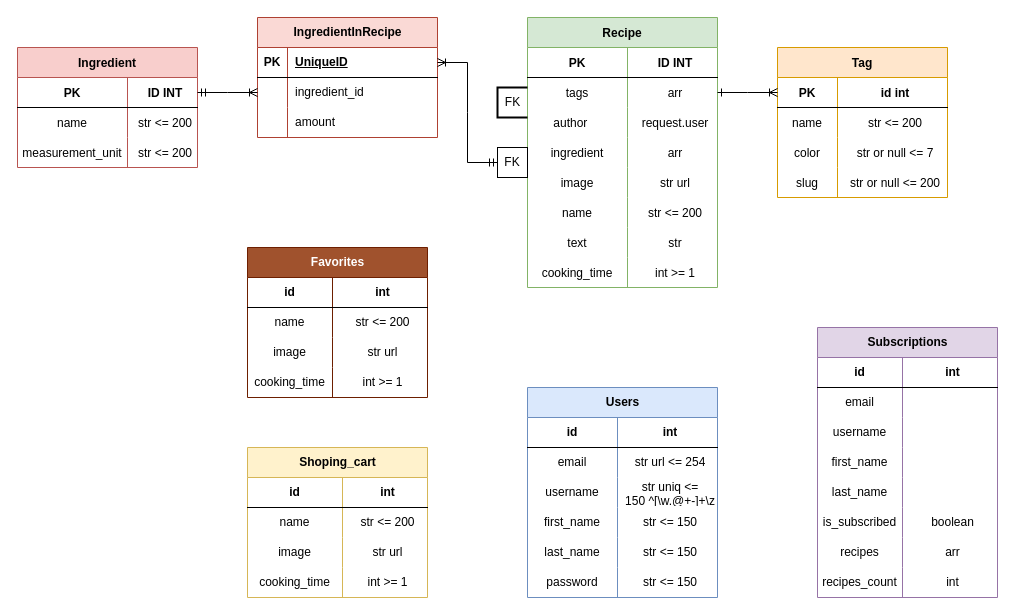
Denriandro/foodgram-project-react keeps this draw.io diagram as backend/Диаграмма без названия.drawio. Above is the earlier version. Source tidied: cells renumbered, new cells numbered last; positions are measured from the earlier drawing's top-left corner, leaving out a move shared by most shapes. Both pictures are drawn from the tidied source at 100%, with x=0, y=0 at pixel (17, 17).
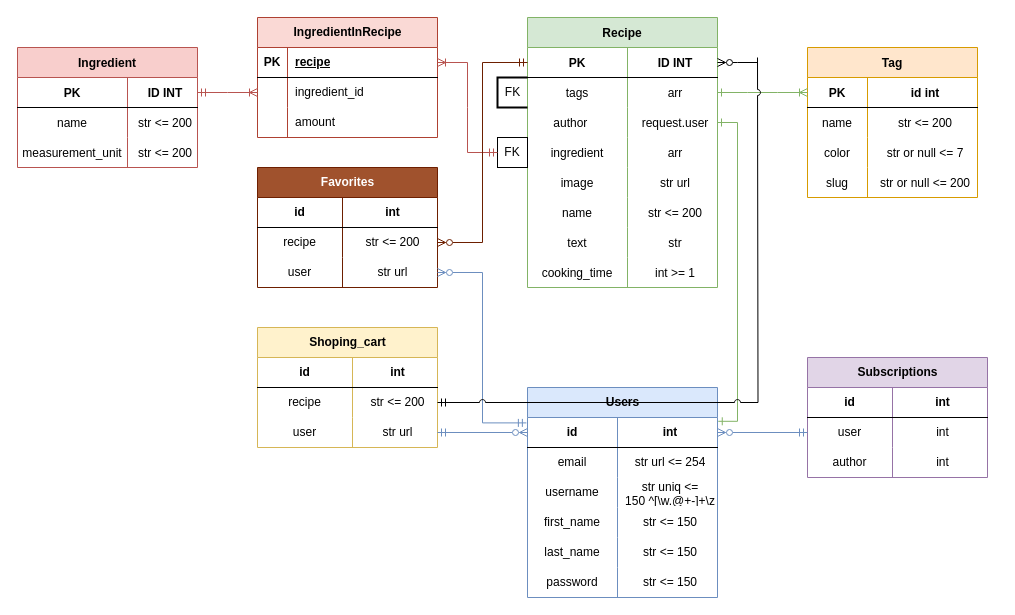
The same diagram, later.

The change refers to these unchanged cells:
```xml
<mxCell id="3" style="shape=partialRectangle;fillColor=none;points=[[0,0.5],[1,0.5]];portConstraint=eastwest;top=0;left=0;right=0;bottom=1;" parent="2" vertex="1">
  <mxGeometry y="30" width="180" height="30" as="geometry" />
</mxCell>
<mxCell id="13" style="shape=partialRectangle;fillColor=none;points=[[0,0.5],[1,0.5]];portConstraint=eastwest;top=0;left=0;right=0;bottom=1;" parent="12" vertex="1">
  <mxGeometry y="30" width="170" height="30" as="geometry" />
</mxCell>
<mxCell id="29" style="shape=tableRow;horizontal=0;startSize=0;swimlaneHead=0;swimlaneBody=0;fillColor=none;points=[[0,0.5],[1,0.5]];portConstraint=eastwest;top=0;left=0;right=0;bottom=0;" parent="25" vertex="1">
  <mxGeometry y="60" width="180" height="30" as="geometry" />
</mxCell>
<mxCell id="32" style="shape=tableRow;horizontal=0;startSize=0;swimlaneHead=0;swimlaneBody=0;fillColor=none;points=[[0,0.5],[1,0.5]];portConstraint=eastwest;top=0;left=0;right=0;bottom=0;" parent="25" vertex="1">
  <mxGeometry y="90" width="180" height="30" as="geometry" />
</mxCell>
<mxCell id="42" style="shape=tableRow;horizontal=0;startSize=0;swimlaneHead=0;swimlaneBody=0;fillColor=none;points=[[0,0.5],[1,0.5]];portConstraint=eastwest;top=0;left=0;right=0;bottom=0;" parent="38" vertex="1">
  <mxGeometry y="60" width="180" height="30" as="geometry" />
</mxCell>
<mxCell id="45" style="shape=tableRow;horizontal=0;startSize=0;swimlaneHead=0;swimlaneBody=0;fillColor=none;points=[[0,0.5],[1,0.5]];portConstraint=eastwest;top=0;left=0;right=0;bottom=0;" parent="38" vertex="1">
  <mxGeometry y="90" width="180" height="30" as="geometry" />
</mxCell>
<mxCell id="77" style="shape=tableRow;horizontal=0;startSize=0;swimlaneHead=0;swimlaneBody=0;fillColor=none;points=[[0,0.5],[1,0.5]];portConstraint=eastwest;top=0;left=0;right=0;bottom=1;" parent="76" vertex="1">
  <mxGeometry y="30" width="190" height="30" as="geometry" />
</mxCell>
<mxCell id="96" style="shape=partialRectangle;fillColor=none;points=[[0,0.5],[1,0.5]];portConstraint=eastwest;top=0;left=0;right=0;bottom=1;" parent="95" vertex="1">
  <mxGeometry y="30" width="190" height="30" as="geometry" />
</mxCell>
<mxCell id="99" style="shape=partialRectangle;fillColor=none;points=[[0,0.5],[1,0.5]];portConstraint=eastwest;top=0;left=0;right=0;bottom=0;" parent="95" vertex="1">
  <mxGeometry y="60" width="190" height="30" as="geometry" />
</mxCell>
<mxCell id="102" style="shape=partialRectangle;fillColor=none;points=[[0,0.5],[1,0.5]];portConstraint=eastwest;top=0;left=0;right=0;bottom=0;align=center;" parent="95" vertex="1">
  <mxGeometry y="90" width="190" height="30" as="geometry" />
</mxCell>
<mxCell id="124" style="shape=tableRow;horizontal=0;startSize=0;swimlaneHead=0;swimlaneBody=0;fillColor=none;points=[[0,0.5],[1,0.5]];portConstraint=eastwest;top=0;left=0;right=0;bottom=1;" parent="123" vertex="1">
  <mxGeometry y="30" width="180" height="30" as="geometry" />
</mxCell>
<mxCell id="127" style="shape=tableRow;horizontal=0;startSize=0;swimlaneHead=0;swimlaneBody=0;fillColor=none;points=[[0,0.5],[1,0.5]];portConstraint=eastwest;top=0;left=0;right=0;bottom=0;" parent="123" vertex="1">
  <mxGeometry y="60" width="180" height="30" as="geometry" />
</mxCell>
```

Diff of the diagram source:
```diff
@@
     <mxCell id="12" value="Tag" style="shape=table;startSize=30;childLayout=tableLayout;rowLines=0;fontStyle=1;align=center;fillColor=#ffe6cc;strokeColor=#d79b00;" parent="1" vertex="1">
-      <mxGeometry x="760" y="30" width="170" height="150" as="geometry" />
+      <mxGeometry x="790" y="30" width="170" height="150" as="geometry" />
     </mxCell>
@@
     <mxCell id="25" value="Shoping_cart" style="shape=table;startSize=30;childLayout=tableLayout;rowLines=0;fontStyle=1;align=center;html=1;fillColor=#fff2cc;strokeColor=#d6b656;" parent="1" vertex="1">
-      <mxGeometry x="230" y="430" width="180" height="150" as="geometry" />
+      <mxGeometry x="240" y="310" width="180" height="120" as="geometry" />
     </mxCell>
@@
-    <mxCell id="30" value="name" style="shape=partialRectangle;fillColor=none;top=0;left=0;bottom=0;right=0;overflow=hidden;whiteSpace=wrap;html=1;" parent="29" vertex="1">
+    <mxCell id="30" value="recipe" style="shape=partialRectangle;fillColor=none;top=0;left=0;bottom=0;right=0;overflow=hidden;whiteSpace=wrap;html=1;" parent="29" vertex="1">
       <mxGeometry width="95" height="30" as="geometry" />
     </mxCell>
@@
-    <mxCell id="33" value="image" style="shape=partialRectangle;fillColor=none;top=0;left=0;bottom=0;right=0;overflow=hidden;whiteSpace=wrap;html=1;" parent="32" vertex="1">
+    <mxCell id="33" value="user" style="shape=partialRectangle;fillColor=none;top=0;left=0;bottom=0;right=0;overflow=hidden;whiteSpace=wrap;html=1;" parent="32" vertex="1">
       <mxGeometry width="95" height="30" as="geometry" />
     </mxCell>
@@
-    <mxCell id="35" style="shape=tableRow;horizontal=0;startSize=0;swimlaneHead=0;swimlaneBody=0;fillColor=none;top=0;left=0;right=0;bottom=0;" parent="25" vertex="1">
-      <mxGeometry y="120" width="180" height="30" as="geometry" />
-    </mxCell>
-    <mxCell id="36" value="cooking_time" style="shape=partialRectangle;fillColor=none;top=0;left=0;bottom=0;right=0;overflow=hidden;whiteSpace=wrap;html=1;" parent="35" vertex="1">
-      <mxGeometry width="95" height="30" as="geometry" />
-    </mxCell>
-    <mxCell id="37" value="int &amp;gt;= 1" style="shape=partialRectangle;fillColor=none;top=0;left=0;bottom=0;right=0;align=center;spacingLeft=6;overflow=hidden;whiteSpace=wrap;html=1;" parent="35" vertex="1">
-      <mxGeometry x="95" width="85" height="30" as="geometry" />
-    </mxCell>
     <mxCell id="38" value="Favorites" style="shape=table;startSize=30;childLayout=tableLayout;rowLines=0;fontStyle=1;align=center;html=1;fillColor=#a0522d;fontColor=#ffffff;strokeColor=#6D1F00;" parent="1" vertex="1">
-      <mxGeometry x="230" y="230" width="180" height="150" as="geometry" />
+      <mxGeometry x="240" y="150" width="180" height="120" as="geometry" />
     </mxCell>
@@
-    <mxCell id="43" value="name" style="shape=partialRectangle;fillColor=none;top=0;left=0;bottom=0;right=0;overflow=hidden;whiteSpace=wrap;html=1;" parent="42" vertex="1">
+    <mxCell id="43" value="recipe" style="shape=partialRectangle;fillColor=none;top=0;left=0;bottom=0;right=0;overflow=hidden;whiteSpace=wrap;html=1;" parent="42" vertex="1">
       <mxGeometry width="85" height="30" as="geometry" />
     </mxCell>
@@
-    <mxCell id="46" value="image" style="shape=partialRectangle;fillColor=none;top=0;left=0;bottom=0;right=0;overflow=hidden;whiteSpace=wrap;html=1;" parent="45" vertex="1">
+    <mxCell id="46" value="user" style="shape=partialRectangle;fillColor=none;top=0;left=0;bottom=0;right=0;overflow=hidden;whiteSpace=wrap;html=1;" parent="45" vertex="1">
       <mxGeometry width="85" height="30" as="geometry" />
     </mxCell>
@@
-    <mxCell id="48" style="shape=tableRow;horizontal=0;startSize=0;swimlaneHead=0;swimlaneBody=0;fillColor=none;top=0;left=0;right=0;bottom=0;" parent="38" vertex="1">
-      <mxGeometry y="120" width="180" height="30" as="geometry" />
-    </mxCell>
-    <mxCell id="49" value="cooking_time" style="shape=partialRectangle;fillColor=none;top=0;left=0;bottom=0;right=0;overflow=hidden;whiteSpace=wrap;html=1;" parent="48" vertex="1">
-      <mxGeometry width="85" height="30" as="geometry" />
-    </mxCell>
-    <mxCell id="50" value="int &amp;gt;= 1" style="shape=partialRectangle;fillColor=none;top=0;left=0;bottom=0;right=0;align=center;spacingLeft=6;overflow=hidden;whiteSpace=wrap;html=1;" parent="48" vertex="1">
-      <mxGeometry x="85" width="95" height="30" as="geometry" />
-    </mxCell>
     <mxCell id="51" value="Subscriptions" style="shape=table;startSize=30;childLayout=tableLayout;rowLines=0;fontStyle=1;align=center;html=1;fillColor=#e1d5e7;strokeColor=#9673a6;" parent="1" vertex="1">
-      <mxGeometry x="800" y="310" width="180" height="270" as="geometry" />
+      <mxGeometry x="790" y="340" width="180" height="120" as="geometry" />
     </mxCell>
@@
-    <mxCell id="55" style="shape=tableRow;horizontal=0;startSize=0;swimlaneHead=0;swimlaneBody=0;fillColor=none;top=0;left=0;right=0;bottom=0;" parent="51" vertex="1">
-      <mxGeometry y="60" width="180" height="30" as="geometry" />
-    </mxCell>
-    <mxCell id="56" value="email" style="shape=partialRectangle;fillColor=none;top=0;left=0;bottom=0;right=0;overflow=hidden;whiteSpace=wrap;html=1;" parent="55" vertex="1">
-      <mxGeometry width="85" height="30" as="geometry" />
-    </mxCell>
-    <mxCell id="57" style="shape=partialRectangle;fillColor=none;top=0;left=0;bottom=0;right=0;align=center;spacingLeft=6;overflow=hidden;whiteSpace=wrap;html=1;" parent="55" vertex="1">
-      <mxGeometry x="85" width="95" height="30" as="geometry" />
-    </mxCell>
     <mxCell id="58" style="shape=tableRow;horizontal=0;startSize=0;swimlaneHead=0;swimlaneBody=0;fillColor=none;points=[[0,0.5],[1,0.5]];portConstraint=eastwest;top=0;left=0;right=0;bottom=0;" parent="51" vertex="1">
-      <mxGeometry y="90" width="180" height="30" as="geometry" />
+      <mxGeometry y="60" width="180" height="30" as="geometry" />
     </mxCell>
-    <mxCell id="59" value="username" style="shape=partialRectangle;fillColor=none;top=0;left=0;bottom=0;right=0;overflow=hidden;whiteSpace=wrap;html=1;" parent="58" vertex="1">
+    <mxCell id="59" value="user" style="shape=partialRectangle;fillColor=none;top=0;left=0;bottom=0;right=0;overflow=hidden;whiteSpace=wrap;html=1;" parent="58" vertex="1">
       <mxGeometry width="85" height="30" as="geometry" />
     </mxCell>
-    <mxCell id="60" style="shape=partialRectangle;fillColor=none;top=0;left=0;bottom=0;right=0;align=center;spacingLeft=6;overflow=hidden;whiteSpace=wrap;html=1;" parent="58" vertex="1">
+    <mxCell id="60" value="int" style="shape=partialRectangle;fillColor=none;top=0;left=0;bottom=0;right=0;align=center;spacingLeft=6;overflow=hidden;whiteSpace=wrap;html=1;" parent="58" vertex="1">
       <mxGeometry x="85" width="95" height="30" as="geometry" />
     </mxCell>
-    <mxCell id="61" style="shape=tableRow;horizontal=0;startSize=0;swimlaneHead=0;swimlaneBody=0;fillColor=none;top=0;left=0;right=0;bottom=0;" parent="51" vertex="1">
-      <mxGeometry y="120" width="180" height="30" as="geometry" />
-    </mxCell>
-    <mxCell id="62" value="first_name" style="shape=partialRectangle;fillColor=none;top=0;left=0;bottom=0;right=0;overflow=hidden;whiteSpace=wrap;html=1;" parent="61" vertex="1">
-      <mxGeometry width="85" height="30" as="geometry" />
-    </mxCell>
-    <mxCell id="63" style="shape=partialRectangle;fillColor=none;top=0;left=0;bottom=0;right=0;align=center;spacingLeft=6;overflow=hidden;whiteSpace=wrap;html=1;" parent="61" vertex="1">
-      <mxGeometry x="85" width="95" height="30" as="geometry" />
-    </mxCell>
-    <mxCell id="64" style="shape=tableRow;horizontal=0;startSize=0;swimlaneHead=0;swimlaneBody=0;fillColor=none;top=0;left=0;right=0;bottom=0;" parent="51" vertex="1">
-      <mxGeometry y="150" width="180" height="30" as="geometry" />
-    </mxCell>
-    <mxCell id="65" value="last_name" style="shape=partialRectangle;fillColor=none;top=0;left=0;bottom=0;right=0;overflow=hidden;whiteSpace=wrap;html=1;" parent="64" vertex="1">
-      <mxGeometry width="85" height="30" as="geometry" />
-    </mxCell>
-    <mxCell id="66" style="shape=partialRectangle;fillColor=none;top=0;left=0;bottom=0;right=0;align=center;spacingLeft=6;overflow=hidden;whiteSpace=wrap;html=1;" parent="64" vertex="1">
-      <mxGeometry x="85" width="95" height="30" as="geometry" />
-    </mxCell>
-    <mxCell id="67" style="shape=tableRow;horizontal=0;startSize=0;swimlaneHead=0;swimlaneBody=0;fillColor=none;top=0;left=0;right=0;bottom=0;" parent="51" vertex="1">
-      <mxGeometry y="180" width="180" height="30" as="geometry" />
-    </mxCell>
-    <mxCell id="68" value="is_subscribed" style="shape=partialRectangle;fillColor=none;top=0;left=0;bottom=0;right=0;overflow=hidden;whiteSpace=wrap;html=1;" parent="67" vertex="1">
-      <mxGeometry width="85" height="30" as="geometry" />
-    </mxCell>
-    <mxCell id="69" value="boolean" style="shape=partialRectangle;fillColor=none;top=0;left=0;bottom=0;right=0;align=center;spacingLeft=6;overflow=hidden;whiteSpace=wrap;html=1;" parent="67" vertex="1">
-      <mxGeometry x="85" width="95" height="30" as="geometry" />
-    </mxCell>
     <mxCell id="70" style="shape=tableRow;horizontal=0;startSize=0;swimlaneHead=0;swimlaneBody=0;fillColor=none;top=0;left=0;right=0;bottom=0;" parent="51" vertex="1">
-      <mxGeometry y="210" width="180" height="30" as="geometry" />
+      <mxGeometry y="90" width="180" height="30" as="geometry" />
     </mxCell>
-    <mxCell id="71" value="recipes" style="shape=partialRectangle;fillColor=none;top=0;left=0;bottom=0;right=0;overflow=hidden;whiteSpace=wrap;html=1;" parent="70" vertex="1">
+    <mxCell id="71" value="author" style="shape=partialRectangle;fillColor=none;top=0;left=0;bottom=0;right=0;overflow=hidden;whiteSpace=wrap;html=1;" parent="70" vertex="1">
       <mxGeometry width="85" height="30" as="geometry" />
     </mxCell>
-    <mxCell id="72" value="arr" style="shape=partialRectangle;fillColor=none;top=0;left=0;bottom=0;right=0;align=center;spacingLeft=6;overflow=hidden;whiteSpace=wrap;html=1;" parent="70" vertex="1">
+    <mxCell id="72" value="int" style="shape=partialRectangle;fillColor=none;top=0;left=0;bottom=0;right=0;align=center;spacingLeft=6;overflow=hidden;whiteSpace=wrap;html=1;" parent="70" vertex="1">
       <mxGeometry x="85" width="95" height="30" as="geometry" />
     </mxCell>
-    <mxCell id="73" style="shape=tableRow;horizontal=0;startSize=0;swimlaneHead=0;swimlaneBody=0;fillColor=none;top=0;left=0;right=0;bottom=0;" parent="51" vertex="1">
-      <mxGeometry y="240" width="180" height="30" as="geometry" />
-    </mxCell>
-    <mxCell id="74" value="recipes_count" style="shape=partialRectangle;fillColor=none;top=0;left=0;bottom=0;right=0;overflow=hidden;whiteSpace=wrap;html=1;" parent="73" vertex="1">
-      <mxGeometry width="85" height="30" as="geometry" />
-    </mxCell>
-    <mxCell id="75" value="int" style="shape=partialRectangle;fillColor=none;top=0;left=0;bottom=0;right=0;align=center;spacingLeft=6;overflow=hidden;whiteSpace=wrap;html=1;" parent="73" vertex="1">
-      <mxGeometry x="85" width="95" height="30" as="geometry" />
-    </mxCell>
@@
-    <mxCell id="120" style="edgeStyle=entityRelationEdgeStyle;fontSize=12;html=1;endArrow=ERoneToMany;rounded=0;entryX=0;entryY=0.5;entryDx=0;entryDy=0;exitX=1;exitY=0.5;exitDx=0;exitDy=0;endFill=0;startArrow=ERone;startFill=0;" parent="1" edge="1" source="99" target="13">
+    <mxCell id="120" style="edgeStyle=entityRelationEdgeStyle;fontSize=12;html=1;endArrow=ERoneToMany;rounded=0;entryX=0;entryY=0.5;entryDx=0;entryDy=0;exitX=1;exitY=0.5;exitDx=0;exitDy=0;endFill=0;startArrow=ERone;startFill=0;fillColor=#d5e8d4;strokeColor=#82b366;" parent="1" edge="1" source="99" target="13">
       <mxGeometry relative="1" as="geometry" />
     </mxCell>
     <mxCell id="121" value="FK" style="strokeWidth=2;html=1;shape=mxgraph.flowchart.annotation_1;align=center;" parent="1" vertex="1">
-      <mxGeometry x="480" y="70" width="30" height="30" as="geometry" />
+      <mxGeometry x="480" y="60" width="30" height="30" as="geometry" />
     </mxCell>
     <mxCell id="122" value="FK" style="whiteSpace=wrap;html=1;align=center;" parent="1" vertex="1">
-      <mxGeometry x="480" y="130" width="30" height="30" as="geometry" />
+      <mxGeometry x="480" y="120" width="30" height="30" as="geometry" />
     </mxCell>
@@
-    <mxCell id="126" value="UniqueID" style="shape=partialRectangle;fillColor=none;top=0;left=0;bottom=0;right=0;align=left;spacingLeft=6;fontStyle=5;overflow=hidden;whiteSpace=wrap;html=1;" parent="124" vertex="1">
+    <mxCell id="126" value="recipe" style="shape=partialRectangle;fillColor=none;top=0;left=0;bottom=0;right=0;align=left;spacingLeft=6;fontStyle=5;overflow=hidden;whiteSpace=wrap;html=1;" parent="124" vertex="1">
       <mxGeometry x="30" width="150" height="30" as="geometry" />
     </mxCell>
@@
-    <mxCell id="133" style="edgeStyle=entityRelationEdgeStyle;fontSize=12;html=1;endArrow=ERmandOne;startArrow=ERoneToMany;rounded=0;entryX=0;entryY=0.5;entryDx=0;entryDy=0;exitX=1;exitY=0.5;exitDx=0;exitDy=0;startFill=0;endFill=0;" parent="1" edge="1" source="124" target="122">
+    <mxCell id="133" style="edgeStyle=entityRelationEdgeStyle;fontSize=12;html=1;endArrow=ERmandOne;startArrow=ERoneToMany;rounded=0;entryX=0;entryY=0.5;entryDx=0;entryDy=0;exitX=1;exitY=0.5;exitDx=0;exitDy=0;startFill=0;endFill=0;fillColor=#f8cecc;strokeColor=#b85450;" parent="1" edge="1" source="124" target="122">
       <mxGeometry relative="1" as="geometry" />
     </mxCell>
-    <mxCell id="134" style="edgeStyle=entityRelationEdgeStyle;fontSize=12;html=1;endArrow=ERoneToMany;startArrow=ERmandOne;rounded=0;entryX=0;entryY=0.5;entryDx=0;entryDy=0;exitX=1;exitY=0.5;exitDx=0;exitDy=0;" parent="1" edge="1" source="3" target="127">
+    <mxCell id="134" style="edgeStyle=entityRelationEdgeStyle;fontSize=12;html=1;endArrow=ERoneToMany;startArrow=ERmandOne;rounded=0;entryX=0;entryY=0.5;entryDx=0;entryDy=0;exitX=1;exitY=0.5;exitDx=0;exitDy=0;fillColor=#f8cecc;strokeColor=#b85450;" parent="1" edge="1" source="3" target="127">
       <mxGeometry relative="1" as="geometry" />
     </mxCell>
+    <mxCell id="135" style="edgeStyle=orthogonalEdgeStyle;rounded=0;jettySize=auto;html=1;exitX=1;exitY=0.5;exitDx=0;exitDy=0;entryX=1.004;entryY=0.127;entryDx=0;entryDy=0;startArrow=ERone;startFill=0;endArrow=ERone;endFill=0;entryPerimeter=0;fillColor=#d5e8d4;strokeColor=#82b366;" parent="1" edge="1" source="102" target="77">
+      <mxGeometry relative="1" as="geometry" />
+    </mxCell>
+    <mxCell id="136" style="edgeStyle=orthogonalEdgeStyle;rounded=0;jettySize=auto;html=1;exitX=0;exitY=0.5;exitDx=0;exitDy=0;endArrow=ERmandOne;endFill=0;startArrow=ERzeroToMany;startFill=0;entryX=1;entryY=0.5;entryDx=0;entryDy=0;fillColor=#dae8fc;strokeColor=#6c8ebf;" parent="1" edge="1" source="77" target="32">
+      <mxGeometry relative="1" as="geometry" />
+    </mxCell>
+    <mxCell id="137" style="edgeStyle=orthogonalEdgeStyle;rounded=0;jettySize=auto;html=1;exitX=0;exitY=0.5;exitDx=0;exitDy=0;entryX=1;entryY=0.5;entryDx=0;entryDy=0;endArrow=ERzeroToMany;endFill=0;startArrow=ERmandOne;startFill=0;fillColor=#dae8fc;strokeColor=#6c8ebf;" parent="1" edge="1" source="58" target="77">
+      <mxGeometry relative="1" as="geometry" />
+    </mxCell>
+    <mxCell id="138" style="edgeStyle=orthogonalEdgeStyle;rounded=0;jettySize=auto;html=1;exitX=1;exitY=0.5;exitDx=0;exitDy=0;entryX=0;entryY=0.5;entryDx=0;entryDy=0;fillColor=#a0522d;strokeColor=#6D1F00;endArrow=ERmandOne;endFill=0;startArrow=ERzeroToMany;startFill=0;" parent="1" edge="1" source="42" target="96">
+      <mxGeometry relative="1" as="geometry" />
+    </mxCell>
+    <mxCell id="139" style="edgeStyle=orthogonalEdgeStyle;rounded=0;jettySize=auto;html=1;exitX=1;exitY=0.5;exitDx=0;exitDy=0;entryX=-0.006;entryY=0.18;entryDx=0;entryDy=0;entryPerimeter=0;startArrow=ERzeroToMany;startFill=0;endArrow=ERmandOne;endFill=0;fillColor=#dae8fc;strokeColor=#6c8ebf;" parent="1" edge="1" source="45" target="77">
+      <mxGeometry relative="1" as="geometry" />
+    </mxCell>
+    <mxCell id="140" style="edgeStyle=orthogonalEdgeStyle;jettySize=auto;html=1;exitX=1;exitY=0.5;exitDx=0;exitDy=0;endArrow=none;endFill=0;startArrow=ERmandOne;startFill=0;rounded=0;jumpStyle=arc;" parent="1" edge="1" source="29">
+      <mxGeometry relative="1" as="geometry">
+        <mxPoint x="740" y="40" as="targetPoint" />
+      </mxGeometry>
+    </mxCell>
+    <mxCell id="141" style="edgeStyle=orthogonalEdgeStyle;rounded=0;jettySize=auto;html=1;exitX=1;exitY=0.5;exitDx=0;exitDy=0;endArrow=none;endFill=0;startArrow=ERzeroToMany;startFill=0;" parent="1" edge="1" source="96">
+      <mxGeometry relative="1" as="geometry">
+        <mxPoint x="740" y="45" as="targetPoint" />
+      </mxGeometry>
+    </mxCell>
```
